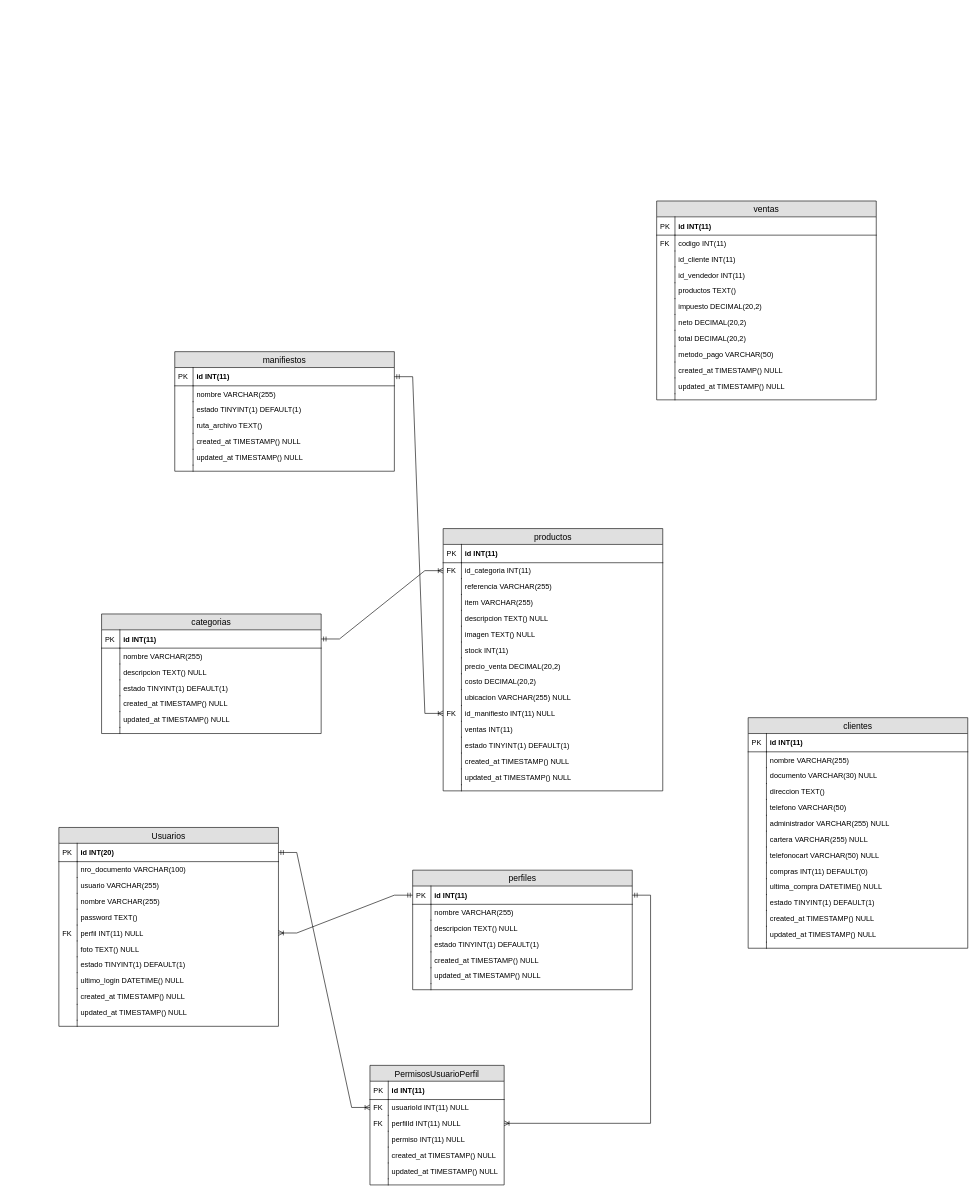
Above: assets/db/InventorySystem.drawio in anthourrego/InventorySystem (draw.io), before the change. Source tidied: cells renumbered, new cells numbered last; positions are measured from the earlier drawing's top-left corner, leaving out a move shared by most shapes. Both pictures are drawn from the tidied source at 61%, with x=0, y=0 at pixel (59, 201).
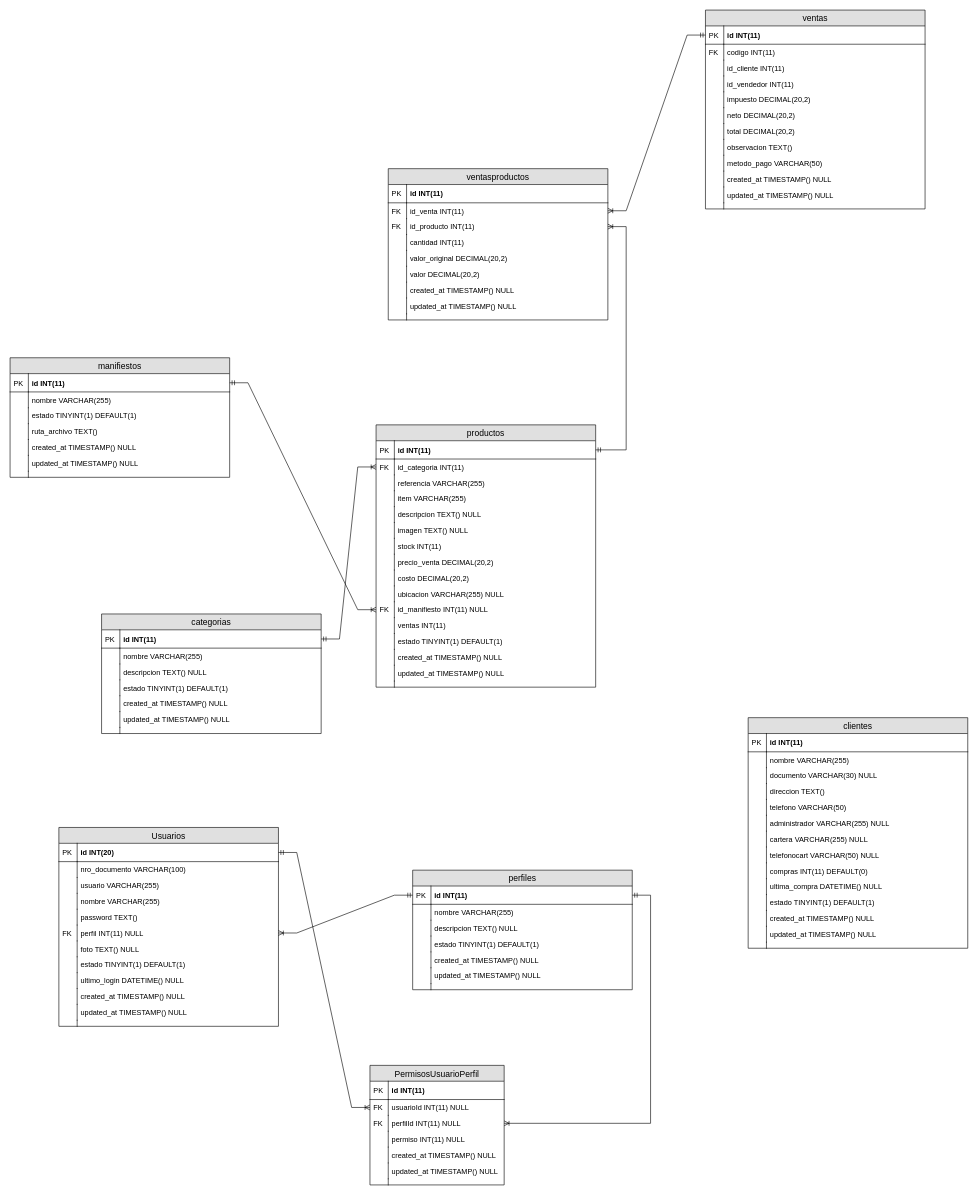
The same diagram, later.

Unchanged cells that the change refers to:
```xml
<mxCell id="58" value="id INT(11)" style="shape=partialRectangle;top=0;left=0;right=0;bottom=1;align=left;verticalAlign=middle;fillColor=none;spacingLeft=34;spacingRight=4;overflow=hidden;points=[[0,0.5],[1,0.5]];portConstraint=eastwest;fontStyle=1;fontSize=12;" parent="57" vertex="1">
  <mxGeometry y="26" width="360" height="30" as="geometry" />
</mxCell>
<mxCell id="122" value="id INT(11)" style="shape=partialRectangle;top=0;left=0;right=0;bottom=1;align=left;verticalAlign=middle;fillColor=none;spacingLeft=34;spacingRight=4;overflow=hidden;points=[[0,0.5],[1,0.5]];portConstraint=eastwest;fontStyle=1;fontSize=12;" parent="121" vertex="1">
  <mxGeometry y="26" width="360" height="30" as="geometry" />
</mxCell>
```

Diff of the diagram source:
```diff
@@
     <mxCell id="57" value="productos" style="swimlane;fontStyle=0;horizontal=1;startSize=26;fillColor=#e0e0e0;swimlaneFillColor=#ffffff;align=center;fontSize=14;" parent="1" vertex="1">
-      <mxGeometry x="630" y="537" width="360" height="430" as="geometry" />
+      <mxGeometry x="520" y="367" width="360" height="430" as="geometry" />
     </mxCell>
@@
     <mxCell id="121" value="ventas" style="swimlane;fontStyle=0;horizontal=1;startSize=26;fillColor=#e0e0e0;swimlaneFillColor=#ffffff;align=center;fontSize=14;" parent="1" vertex="1">
-      <mxGeometry x="980" width="360" height="326" as="geometry" />
+      <mxGeometry x="1060" y="-313" width="360" height="326" as="geometry" />
     </mxCell>
@@
-    <mxCell id="130" value="productos TEXT()&#10;" style="shape=partialRectangle;top=0;left=0;right=0;bottom=0;align=left;verticalAlign=top;fillColor=none;spacingLeft=34;spacingRight=4;overflow=hidden;fontSize=12;" parent="121" vertex="1">
-      <mxGeometry y="134" width="360" height="26" as="geometry" />
-    </mxCell>
-    <mxCell id="131" style="shape=partialRectangle;top=0;left=0;bottom=0;fillColor=none;align=left;verticalAlign=top;spacingLeft=4;spacingRight=4;overflow=hidden;fontSize=12;" parent="130" vertex="1">
-      <mxGeometry width="30" height="26" as="geometry" />
-    </mxCell>
     <mxCell id="132" value="impuesto DECIMAL(20,2)" style="shape=partialRectangle;top=0;left=0;right=0;bottom=0;align=left;verticalAlign=top;fillColor=none;spacingLeft=34;spacingRight=4;overflow=hidden;fontSize=12;" parent="121" vertex="1">
-      <mxGeometry y="160" width="360" height="26" as="geometry" />
+      <mxGeometry y="134" width="360" height="26" as="geometry" />
     </mxCell>
@@
     <mxCell id="134" value="neto DECIMAL(20,2)" style="shape=partialRectangle;top=0;left=0;right=0;bottom=0;align=left;verticalAlign=top;fillColor=none;spacingLeft=34;spacingRight=4;overflow=hidden;fontSize=12;" parent="121" vertex="1">
-      <mxGeometry y="186" width="360" height="26" as="geometry" />
+      <mxGeometry y="160" width="360" height="26" as="geometry" />
     </mxCell>
@@
     <mxCell id="136" value="total DECIMAL(20,2)" style="shape=partialRectangle;top=0;left=0;right=0;bottom=0;align=left;verticalAlign=top;fillColor=none;spacingLeft=34;spacingRight=4;overflow=hidden;fontSize=12;" parent="121" vertex="1">
-      <mxGeometry y="212" width="360" height="26" as="geometry" />
+      <mxGeometry y="186" width="360" height="26" as="geometry" />
     </mxCell>
@@
+    <mxCell id="179" value="observacion TEXT()" style="shape=partialRectangle;top=0;left=0;right=0;bottom=0;align=left;verticalAlign=top;fillColor=none;spacingLeft=34;spacingRight=4;overflow=hidden;fontSize=12;" parent="121" vertex="1">
+      <mxGeometry y="212" width="360" height="26" as="geometry" />
+    </mxCell>
+    <mxCell id="180" style="shape=partialRectangle;top=0;left=0;bottom=0;fillColor=none;align=left;verticalAlign=top;spacingLeft=4;spacingRight=4;overflow=hidden;fontSize=12;" parent="179" vertex="1">
+      <mxGeometry width="30" height="26" as="geometry" />
+    </mxCell>
@@
     <mxCell id="163" value="manifiestos" style="swimlane;fontStyle=0;horizontal=1;startSize=26;fillColor=#e0e0e0;swimlaneFillColor=#ffffff;align=center;fontSize=14;" parent="1" vertex="1">
-      <mxGeometry x="190" y="247" width="360" height="196" as="geometry" />
+      <mxGeometry x="-80" y="257" width="360" height="196" as="geometry" />
     </mxCell>
@@
+    <mxCell id="181" value="ventasproductos" style="swimlane;fontStyle=0;horizontal=1;startSize=26;fillColor=#e0e0e0;swimlaneFillColor=#ffffff;align=center;fontSize=14;" parent="1" vertex="1">
+      <mxGeometry x="540" y="-53" width="360" height="248" as="geometry" />
+    </mxCell>
+    <mxCell id="182" value="id INT(11)" style="shape=partialRectangle;top=0;left=0;right=0;bottom=1;align=left;verticalAlign=middle;fillColor=none;spacingLeft=34;spacingRight=4;overflow=hidden;fontStyle=1;fontSize=12;" parent="181" vertex="1">
+      <mxGeometry y="26" width="360" height="30" as="geometry" />
+    </mxCell>
+    <mxCell id="183" value="PK" style="shape=partialRectangle;top=0;left=0;bottom=0;fillColor=none;align=left;verticalAlign=middle;spacingLeft=4;spacingRight=4;overflow=hidden;fontSize=12;" parent="182" vertex="1">
+      <mxGeometry width="30" height="30" as="geometry" />
+    </mxCell>
+    <mxCell id="184" value="id_venta INT(11)" style="shape=partialRectangle;top=0;left=0;right=0;bottom=0;align=left;verticalAlign=top;fillColor=none;spacingLeft=34;spacingRight=4;overflow=hidden;points=[[0,0.5],[1,0.5]];portConstraint=eastwest;fontSize=12;" parent="181" vertex="1">
+      <mxGeometry y="56" width="360" height="26" as="geometry" />
+    </mxCell>
+    <mxCell id="185" value="FK" style="shape=partialRectangle;top=0;left=0;bottom=0;fillColor=none;align=left;verticalAlign=top;spacingLeft=4;spacingRight=4;overflow=hidden;fontSize=12;" parent="184" vertex="1">
+      <mxGeometry width="30" height="26" as="geometry" />
+    </mxCell>
+    <mxCell id="186" value="id_producto INT(11)" style="shape=partialRectangle;top=0;left=0;right=0;bottom=0;align=left;verticalAlign=top;fillColor=none;spacingLeft=34;spacingRight=4;overflow=hidden;points=[[0,0.5],[1,0.5]];portConstraint=eastwest;fontSize=12;" parent="181" vertex="1">
+      <mxGeometry y="82" width="360" height="26" as="geometry" />
+    </mxCell>
+    <mxCell id="187" value="FK  " style="shape=partialRectangle;top=0;left=0;bottom=0;fillColor=none;align=left;verticalAlign=top;spacingLeft=4;spacingRight=4;overflow=hidden;fontSize=12;" parent="186" vertex="1">
+      <mxGeometry width="30" height="26" as="geometry" />
+    </mxCell>
+    <mxCell id="188" value="cantidad INT(11)" style="shape=partialRectangle;top=0;left=0;right=0;bottom=0;align=left;verticalAlign=top;fillColor=none;spacingLeft=34;spacingRight=4;overflow=hidden;fontSize=12;" parent="181" vertex="1">
+      <mxGeometry y="108" width="360" height="26" as="geometry" />
+    </mxCell>
+    <mxCell id="189" style="shape=partialRectangle;top=0;left=0;bottom=0;fillColor=none;align=left;verticalAlign=top;spacingLeft=4;spacingRight=4;overflow=hidden;fontSize=12;" parent="188" vertex="1">
+      <mxGeometry width="30" height="26" as="geometry" />
+    </mxCell>
+    <mxCell id="190" value="valor_original DECIMAL(20,2)" style="shape=partialRectangle;top=0;left=0;right=0;bottom=0;align=left;verticalAlign=top;fillColor=none;spacingLeft=34;spacingRight=4;overflow=hidden;fontSize=12;" parent="181" vertex="1">
+      <mxGeometry y="134" width="360" height="26" as="geometry" />
+    </mxCell>
+    <mxCell id="191" style="shape=partialRectangle;top=0;left=0;bottom=0;fillColor=none;align=left;verticalAlign=top;spacingLeft=4;spacingRight=4;overflow=hidden;fontSize=12;" parent="190" vertex="1">
+      <mxGeometry width="30" height="26" as="geometry" />
+    </mxCell>
+    <mxCell id="192" value="valor DECIMAL(20,2)" style="shape=partialRectangle;top=0;left=0;right=0;bottom=0;align=left;verticalAlign=top;fillColor=none;spacingLeft=34;spacingRight=4;overflow=hidden;fontSize=12;" parent="181" vertex="1">
+      <mxGeometry y="160" width="360" height="26" as="geometry" />
+    </mxCell>
+    <mxCell id="193" style="shape=partialRectangle;top=0;left=0;bottom=0;fillColor=none;align=left;verticalAlign=top;spacingLeft=4;spacingRight=4;overflow=hidden;fontSize=12;" parent="192" vertex="1">
+      <mxGeometry width="30" height="26" as="geometry" />
+    </mxCell>
+    <mxCell id="194" value="created_at TIMESTAMP() NULL" style="shape=partialRectangle;top=0;left=0;right=0;bottom=0;align=left;verticalAlign=top;fillColor=none;spacingLeft=34;spacingRight=4;overflow=hidden;fontSize=12;" parent="181" vertex="1">
+      <mxGeometry y="186" width="360" height="26" as="geometry" />
+    </mxCell>
+    <mxCell id="195" style="shape=partialRectangle;top=0;left=0;bottom=0;fillColor=none;align=left;verticalAlign=top;spacingLeft=4;spacingRight=4;overflow=hidden;fontSize=12;" parent="194" vertex="1">
+      <mxGeometry width="30" height="26" as="geometry" />
+    </mxCell>
+    <mxCell id="196" value="updated_at TIMESTAMP() NULL" style="shape=partialRectangle;top=0;left=0;right=0;bottom=0;align=left;verticalAlign=top;fillColor=none;spacingLeft=34;spacingRight=4;overflow=hidden;fontSize=12;" parent="181" vertex="1">
+      <mxGeometry y="212" width="360" height="26" as="geometry" />
+    </mxCell>
+    <mxCell id="197" style="shape=partialRectangle;top=0;left=0;bottom=0;fillColor=none;align=left;verticalAlign=top;spacingLeft=4;spacingRight=4;overflow=hidden;fontSize=12;" parent="196" vertex="1">
+      <mxGeometry width="30" height="26" as="geometry" />
+    </mxCell>
+    <mxCell id="198" style="shape=partialRectangle;top=0;left=0;right=0;bottom=0;align=left;verticalAlign=top;fillColor=none;spacingLeft=34;spacingRight=4;overflow=hidden;fontSize=12;" parent="181" vertex="1">
+      <mxGeometry y="238" width="360" height="10" as="geometry" />
+    </mxCell>
+    <mxCell id="199" style="shape=partialRectangle;top=0;left=0;bottom=0;fillColor=none;align=left;verticalAlign=top;spacingLeft=4;spacingRight=4;overflow=hidden;fontSize=12;" parent="198" vertex="1">
+      <mxGeometry width="30" height="10" as="geometry" />
+    </mxCell>
+    <mxCell id="200" style="edgeStyle=entityRelationEdgeStyle;fontSize=12;html=1;endArrow=ERoneToMany;startArrow=ERmandOne;rounded=0;" parent="1" edge="1" source="122" target="184">
+      <mxGeometry relative="1" as="geometry" />
+    </mxCell>
+    <mxCell id="201" style="edgeStyle=entityRelationEdgeStyle;fontSize=12;html=1;endArrow=ERoneToMany;startArrow=ERmandOne;rounded=0;" parent="1" edge="1" source="58" target="186">
+      <mxGeometry relative="1" as="geometry" />
+    </mxCell>
```
